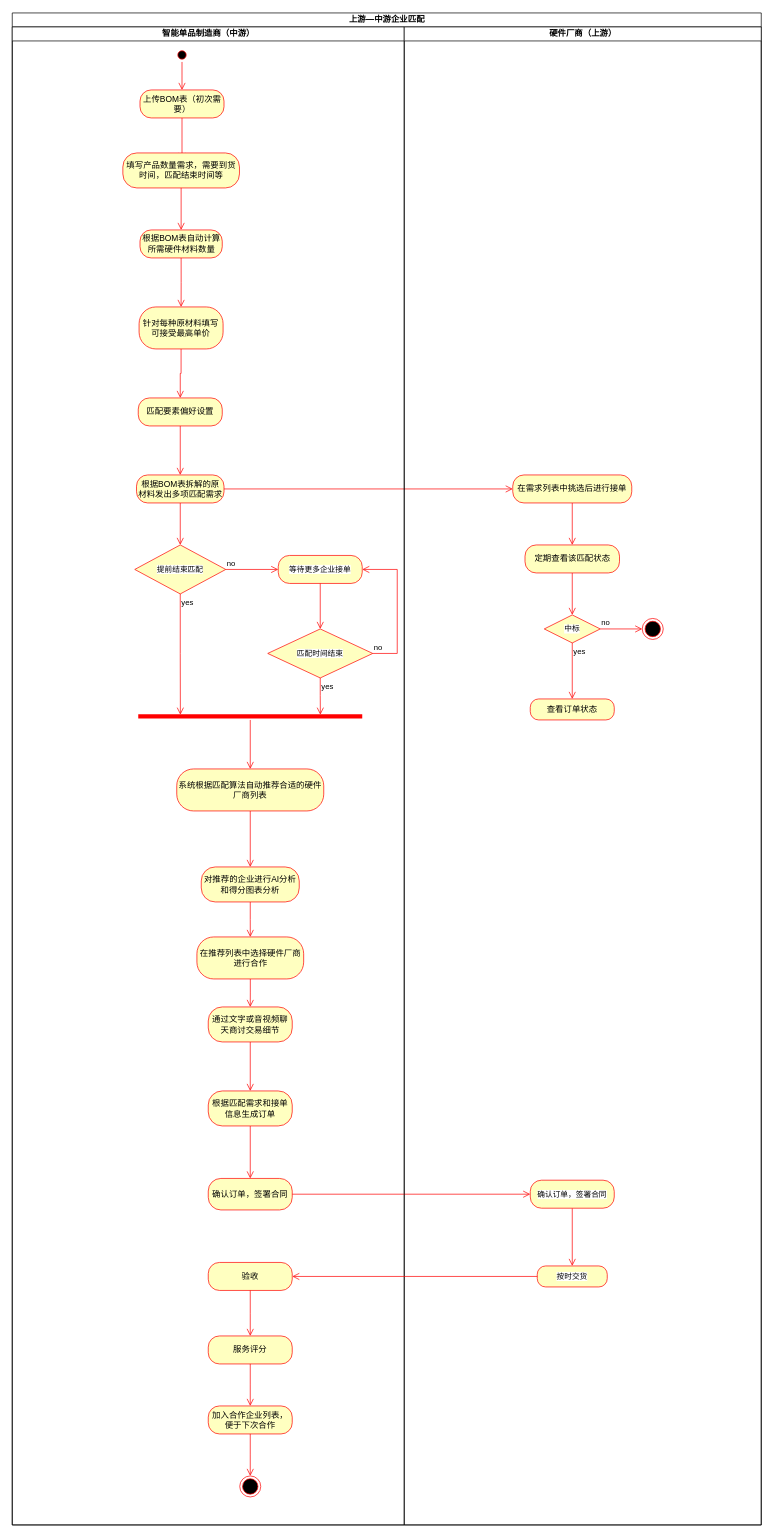
Above: page "中上游智能匹配" (1 of 9) of 毕设/活动图.drawio in 2919282119/charts (draw.io), before the change. Source tidied: cells renumbered, new cells numbered last; positions are measured from the earlier drawing's top-left corner, leaving out a move shared by most shapes. Both pictures are drawn from the tidied source at 70%, with x=0, y=0 at pixel (12, 13).
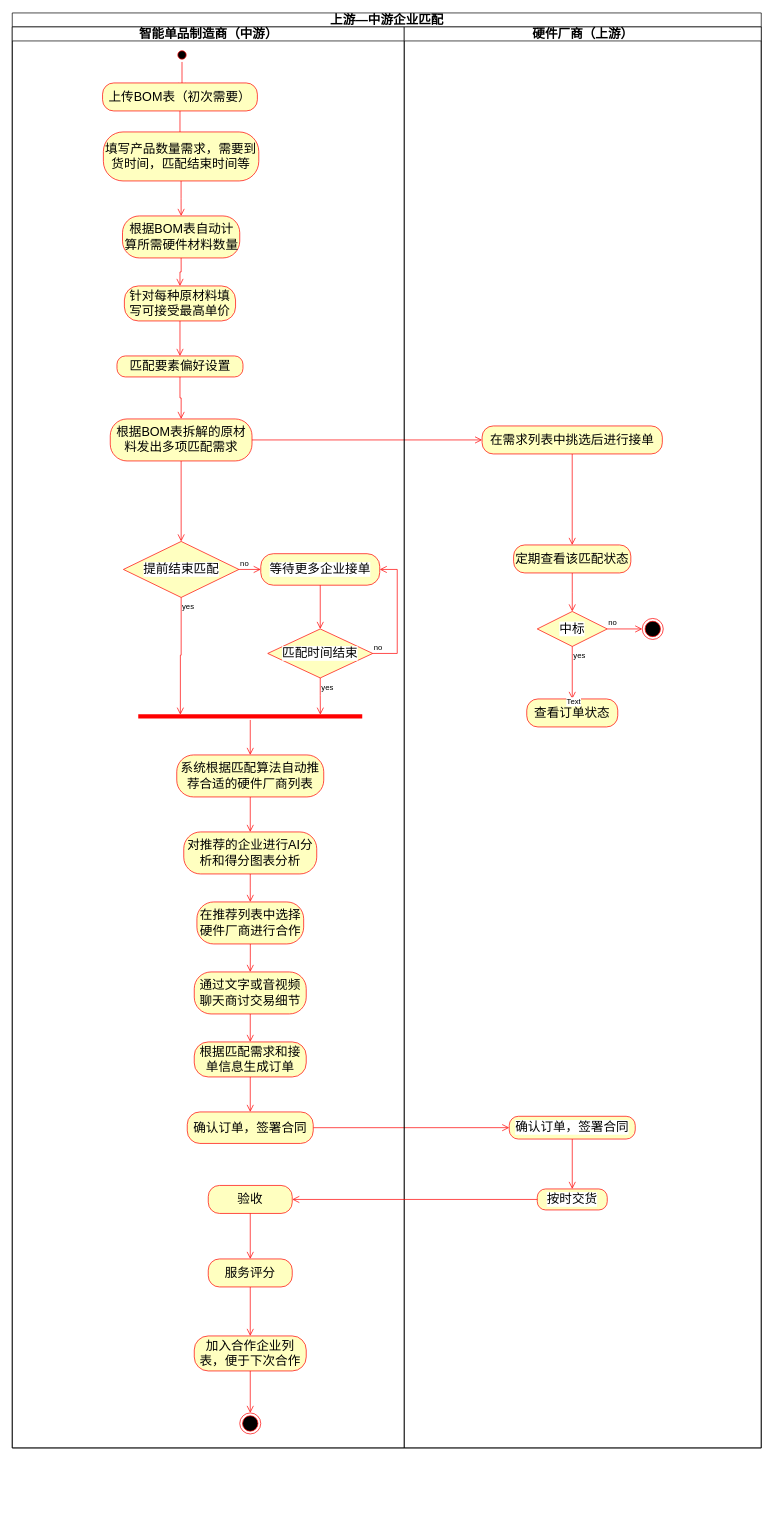
The same diagram, later.

Unchanged cells that the change refers to:
```xml
<mxCell id="58" value="yes" style="edgeStyle=orthogonalEdgeStyle;html=1;align=left;verticalAlign=top;endArrow=open;endSize=8;strokeColor=#ff0000;rounded=0;fontFamily=Helvetica;fontSize=11;fontColor=default;labelBackgroundColor=default;entryX=0.5;entryY=0;entryDx=0;entryDy=0;" parent="48" edge="1" source="56" target="55">
  <mxGeometry x="-1" relative="1" as="geometry" />
</mxCell>
```

The edit, as a diff of the source:
```diff
@@
-    <mxCell id="2" value="上游—中游企业匹配" style="swimlane;startSize=20;html=1;" parent="1" vertex="1">
-      <mxGeometry width="1070" height="2160" as="geometry" />
+    <mxCell id="2" value="&lt;font style=&quot;font-size: 18px;&quot;&gt;上游—中游企业匹配&lt;/font&gt;" style="swimlane;startSize=20;html=1;" parent="1" vertex="1">
+      <mxGeometry width="1070" height="2050" as="geometry" />
     </mxCell>
@@
+    <mxCell id="47" style="edgeStyle=orthogonalEdgeStyle;shape=connector;rounded=0;jettySize=auto;html=1;exitX=1;exitY=0.5;exitDx=0;exitDy=0;strokeColor=#ff0000;align=center;verticalAlign=bottom;fontFamily=Helvetica;fontSize=11;fontColor=default;labelBackgroundColor=default;endArrow=open;endSize=8;entryX=0;entryY=0.5;entryDx=0;entryDy=0;" parent="2" edge="1" source="39" target="54">
+      <mxGeometry relative="1" as="geometry" />
+    </mxCell>
-    <mxCell id="4" value="智能单品制造商（中游）" style="swimlane;startSize=20;html=1;" parent="2" vertex="1">
-      <mxGeometry y="20" width="560" height="2140" as="geometry" />
+    <mxCell id="4" value="&lt;font style=&quot;font-size: 18px;&quot;&gt;智能单品制造商（中游）&lt;/font&gt;" style="swimlane;startSize=20;html=1;" parent="2" vertex="1">
+      <mxGeometry y="20" width="560" height="2030" as="geometry" />
     </mxCell>
@@
-    <mxCell id="7" value="上传BOM表（初次需要）" style="rounded=1;whiteSpace=wrap;html=1;arcSize=40;fontColor=#000000;fillColor=#ffffc0;strokeColor=#ff0000;" parent="4" vertex="1">
-      <mxGeometry x="182.5" y="90" width="120" height="40" as="geometry" />
+    <mxCell id="7" value="&lt;font style=&quot;font-size: 18px;&quot;&gt;上传BOM表（初次需要）&lt;/font&gt;" style="rounded=1;whiteSpace=wrap;html=1;arcSize=40;fontColor=#000000;fillColor=#ffffc0;strokeColor=#ff0000;" parent="4" vertex="1">
+      <mxGeometry x="129" y="80" width="221.2" height="40" as="geometry" />
     </mxCell>
@@
-    <mxCell id="9" value="填写产品数量需求，需要到货时间，匹配结束时间等" style="rounded=1;whiteSpace=wrap;html=1;arcSize=40;fontColor=#000000;fillColor=#ffffc0;strokeColor=#ff0000;" parent="4" vertex="1">
-      <mxGeometry x="158" y="180" width="166.6" height="50" as="geometry" />
+    <mxCell id="9" value="&lt;font style=&quot;font-size: 18px;&quot;&gt;填写产品数量需求，需要到货时间，匹配结束时间等&lt;/font&gt;" style="rounded=1;whiteSpace=wrap;html=1;arcSize=40;fontColor=#000000;fillColor=#ffffc0;strokeColor=#ff0000;" parent="4" vertex="1">
+      <mxGeometry x="130.2" y="150" width="222" height="70" as="geometry" />
     </mxCell>
@@
-    <mxCell id="12" value="根据BOM表拆解的原材料发出多项匹配需求" style="rounded=1;whiteSpace=wrap;html=1;arcSize=40;fontColor=#000000;fillColor=#ffffc0;strokeColor=#ff0000;" parent="4" vertex="1">
-      <mxGeometry x="177.5" y="640" width="125" height="40" as="geometry" />
+    <mxCell id="12" value="&lt;font style=&quot;font-size: 18px;&quot;&gt;根据BOM表拆解的原材料发出多项匹配需求&lt;/font&gt;" style="rounded=1;whiteSpace=wrap;html=1;arcSize=40;fontColor=#000000;fillColor=#ffffc0;strokeColor=#ff0000;" parent="4" vertex="1">
+      <mxGeometry x="140" y="560" width="202.5" height="60" as="geometry" />
     </mxCell>
@@
-    <mxCell id="14" value="系统根据匹配算法自动推荐合适的硬件厂商列表" style="whiteSpace=wrap;html=1;fillColor=#ffffc0;strokeColor=#ff0000;fontColor=#000000;rounded=1;arcSize=40;" parent="4" vertex="1">
-      <mxGeometry x="235" y="1060" width="210" height="60" as="geometry" />
+    <mxCell id="14" value="&lt;font style=&quot;font-size: 18px;&quot;&gt;系统根据匹配算法自动推荐合适的硬件厂商列表&lt;/font&gt;" style="whiteSpace=wrap;html=1;fillColor=#ffffc0;strokeColor=#ff0000;fontColor=#000000;rounded=1;arcSize=40;" parent="4" vertex="1">
+      <mxGeometry x="235" y="1040" width="210" height="60" as="geometry" />
     </mxCell>
-    <mxCell id="15" value="根据BOM表自动计算所需硬件材料数量" style="rounded=1;whiteSpace=wrap;html=1;arcSize=40;fontColor=#000000;fillColor=#ffffc0;strokeColor=#ff0000;" parent="4" vertex="1">
-      <mxGeometry x="182.5" y="290" width="117.5" height="40" as="geometry" />
+    <mxCell id="15" value="&lt;font style=&quot;font-size: 18px;&quot;&gt;根据BOM表自动计算所需硬件材料数量&lt;/font&gt;" style="rounded=1;whiteSpace=wrap;html=1;arcSize=40;fontColor=#000000;fillColor=#ffffc0;strokeColor=#ff0000;" parent="4" vertex="1">
+      <mxGeometry x="157.5" y="270" width="167.5" height="60" as="geometry" />
     </mxCell>
-    <mxCell id="16" value="匹配要素偏好设置" style="rounded=1;whiteSpace=wrap;html=1;arcSize=40;fontColor=#000000;fillColor=#ffffc0;strokeColor=#ff0000;" parent="4" vertex="1">
-      <mxGeometry x="180" y="530" width="120" height="40" as="geometry" />
+    <mxCell id="16" value="&lt;font style=&quot;font-size: 18px;&quot;&gt;匹配要素偏好设置&lt;/font&gt;" style="rounded=1;whiteSpace=wrap;html=1;arcSize=40;fontColor=#000000;fillColor=#ffffc0;strokeColor=#ff0000;" parent="4" vertex="1">
+      <mxGeometry x="149.6" y="470" width="180" height="30" as="geometry" />
     </mxCell>
@@
-    <mxCell id="18" value="针对每种原材料填写可接受最高单价" style="whiteSpace=wrap;html=1;fillColor=#ffffc0;strokeColor=#ff0000;fontColor=#000000;rounded=1;arcSize=40;" parent="4" vertex="1">
-      <mxGeometry x="181.2" y="400" width="120" height="60" as="geometry" />
+    <mxCell id="18" value="&lt;font style=&quot;font-size: 18px;&quot;&gt;针对每种原材料填写可接受最高单价&lt;/font&gt;" style="whiteSpace=wrap;html=1;fillColor=#ffffc0;strokeColor=#ff0000;fontColor=#000000;rounded=1;arcSize=40;" parent="4" vertex="1">
+      <mxGeometry x="160.2" y="370" width="158.8" height="50" as="geometry" />
     </mxCell>
@@
-    <mxCell id="21" value="提前结束匹配" style="rhombus;whiteSpace=wrap;html=1;fontColor=#000000;fillColor=#ffffc0;strokeColor=#ff0000;fontFamily=Helvetica;fontSize=11;labelBackgroundColor=default;" parent="4" vertex="1">
-      <mxGeometry x="175" y="740" width="130" height="70" as="geometry" />
+    <mxCell id="21" value="&lt;font style=&quot;font-size: 18px;&quot;&gt;提前结束匹配&lt;/font&gt;" style="rhombus;whiteSpace=wrap;html=1;fontColor=#000000;fillColor=#ffffc0;strokeColor=#ff0000;fontFamily=Helvetica;fontSize=11;labelBackgroundColor=default;" parent="4" vertex="1">
+      <mxGeometry x="158.8" y="735" width="165" height="80" as="geometry" />
     </mxCell>
@@
-    <mxCell id="24" value="等待更多企业接单" style="rounded=1;whiteSpace=wrap;html=1;arcSize=40;fontColor=#000000;fillColor=#ffffc0;strokeColor=#ff0000;fontFamily=Helvetica;fontSize=11;labelBackgroundColor=default;" parent="4" vertex="1">
-      <mxGeometry x="380" y="755" width="120" height="40" as="geometry" />
+    <mxCell id="24" value="&lt;font style=&quot;font-size: 18px;&quot;&gt;等待更多企业接单&lt;/font&gt;" style="rounded=1;whiteSpace=wrap;html=1;arcSize=40;fontColor=#000000;fillColor=#ffffc0;strokeColor=#ff0000;fontFamily=Helvetica;fontSize=11;labelBackgroundColor=default;" parent="4" vertex="1">
+      <mxGeometry x="355" y="752.5" width="170" height="45" as="geometry" />
     </mxCell>
@@
-    <mxCell id="26" value="匹配时间结束" style="rhombus;whiteSpace=wrap;html=1;fontColor=#000000;fillColor=#ffffc0;strokeColor=#ff0000;fontFamily=Helvetica;fontSize=11;labelBackgroundColor=default;" parent="4" vertex="1">
+    <mxCell id="26" value="&lt;font style=&quot;font-size: 18px;&quot;&gt;匹配时间结束&lt;/font&gt;" style="rhombus;whiteSpace=wrap;html=1;fontColor=#000000;fillColor=#ffffc0;strokeColor=#ff0000;fontFamily=Helvetica;fontSize=11;labelBackgroundColor=default;" parent="4" vertex="1">
       <mxGeometry x="365" y="860" width="150" height="70" as="geometry" />
     </mxCell>
@@
-    <mxCell id="32" value="对推荐的企业进行AI分析和得分图表分析" style="whiteSpace=wrap;html=1;fillColor=#ffffc0;strokeColor=#ff0000;fontColor=#000000;rounded=1;arcSize=40;" parent="4" vertex="1">
-      <mxGeometry x="270" y="1200" width="140" height="50" as="geometry" />
+    <mxCell id="32" value="&lt;font style=&quot;font-size: 18px;&quot;&gt;对推荐的企业进行AI分析和得分图表分析&lt;/font&gt;" style="whiteSpace=wrap;html=1;fillColor=#ffffc0;strokeColor=#ff0000;fontColor=#000000;rounded=1;arcSize=40;" parent="4" vertex="1">
+      <mxGeometry x="245" y="1150" width="190" height="60" as="geometry" />
     </mxCell>
@@
-    <mxCell id="34" value="在推荐列表中选择硬件厂商进行合作" style="rounded=1;whiteSpace=wrap;html=1;arcSize=40;fontColor=#000000;fillColor=#ffffc0;strokeColor=#ff0000;" parent="4" vertex="1">
-      <mxGeometry x="263.8" y="1300" width="152.5" height="60" as="geometry" />
+    <mxCell id="34" value="&lt;font style=&quot;font-size: 18px;&quot;&gt;在推荐列表中选择硬件厂商进行合作&lt;/font&gt;" style="rounded=1;whiteSpace=wrap;html=1;arcSize=40;fontColor=#000000;fillColor=#ffffc0;strokeColor=#ff0000;" parent="4" vertex="1">
+      <mxGeometry x="263.8" y="1250" width="152.5" height="60" as="geometry" />
     </mxCell>
@@
-    <mxCell id="36" value="通过文字或音视频聊天商讨交易细节" style="whiteSpace=wrap;html=1;fillColor=#ffffc0;strokeColor=#ff0000;fontColor=#000000;rounded=1;arcSize=40;" parent="4" vertex="1">
-      <mxGeometry x="280" y="1400" width="120" height="50" as="geometry" />
+    <mxCell id="36" value="&lt;font style=&quot;font-size: 18px;&quot;&gt;通过文字或音视频聊天商讨交易细节&lt;/font&gt;" style="whiteSpace=wrap;html=1;fillColor=#ffffc0;strokeColor=#ff0000;fontColor=#000000;rounded=1;arcSize=40;" parent="4" vertex="1">
+      <mxGeometry x="260" y="1350" width="160" height="60" as="geometry" />
     </mxCell>
@@
-    <mxCell id="38" value="根据匹配需求和接单信息生成订单" style="whiteSpace=wrap;html=1;fillColor=#ffffc0;strokeColor=#ff0000;fontColor=#000000;rounded=1;arcSize=40;" parent="4" vertex="1">
-      <mxGeometry x="280" y="1520" width="120" height="50" as="geometry" />
+    <mxCell id="38" value="&lt;font style=&quot;font-size: 18px;&quot;&gt;根据匹配需求和接单信息生成订单&lt;/font&gt;" style="whiteSpace=wrap;html=1;fillColor=#ffffc0;strokeColor=#ff0000;fontColor=#000000;rounded=1;arcSize=40;" parent="4" vertex="1">
+      <mxGeometry x="260" y="1450" width="160" height="50" as="geometry" />
     </mxCell>
-    <mxCell id="39" value="确认订单，签署合同" style="whiteSpace=wrap;html=1;fillColor=#ffffc0;strokeColor=#ff0000;fontColor=#000000;rounded=1;arcSize=40;" parent="4" vertex="1">
-      <mxGeometry x="280" y="1645" width="120" height="45" as="geometry" />
+    <mxCell id="39" value="&lt;font style=&quot;font-size: 18px;&quot;&gt;确认订单，签署合同&lt;/font&gt;" style="whiteSpace=wrap;html=1;fillColor=#ffffc0;strokeColor=#ff0000;fontColor=#000000;rounded=1;arcSize=40;" parent="4" vertex="1">
+      <mxGeometry x="250" y="1550" width="180" height="45" as="geometry" />
     </mxCell>
-    <mxCell id="40" value="验收" style="rounded=1;whiteSpace=wrap;html=1;arcSize=40;fontColor=#000000;fillColor=#ffffc0;strokeColor=#ff0000;" parent="4" vertex="1">
-      <mxGeometry x="280" y="1765" width="120" height="40" as="geometry" />
+    <mxCell id="40" value="&lt;font style=&quot;font-size: 18px;&quot;&gt;验收&lt;/font&gt;" style="rounded=1;whiteSpace=wrap;html=1;arcSize=40;fontColor=#000000;fillColor=#ffffc0;strokeColor=#ff0000;" parent="4" vertex="1">
+      <mxGeometry x="280" y="1655" width="120" height="40" as="geometry" />
     </mxCell>
-    <mxCell id="41" style="edgeStyle=orthogonalEdgeStyle;html=1;verticalAlign=bottom;endArrow=open;endSize=8;strokeColor=#ff0000;rounded=0;" parent="4" edge="1" source="40">
-      <mxGeometry relative="1" as="geometry">
-        <mxPoint x="340" y="1870" as="targetPoint" />
-      </mxGeometry>
+    <mxCell id="41" style="edgeStyle=orthogonalEdgeStyle;html=1;verticalAlign=bottom;endArrow=open;endSize=8;strokeColor=#ff0000;rounded=0;entryX=0.5;entryY=0;entryDx=0;entryDy=0;" parent="4" edge="1" source="40" target="42">
+      <mxGeometry relative="1" as="geometry" />
     </mxCell>
+    <mxCell id="62" style="edgeStyle=orthogonalEdgeStyle;shape=connector;rounded=0;jettySize=auto;html=1;exitX=0.5;exitY=1;exitDx=0;exitDy=0;entryX=0.5;entryY=0;entryDx=0;entryDy=0;strokeColor=#ff0000;align=center;verticalAlign=bottom;fontFamily=Helvetica;fontSize=11;fontColor=default;labelBackgroundColor=default;endArrow=open;endSize=8;" parent="4" edge="1" source="42" target="44">
+      <mxGeometry relative="1" as="geometry" />
+    </mxCell>
-    <mxCell id="42" value="服务评分" style="rounded=1;whiteSpace=wrap;html=1;arcSize=40;fontColor=#000000;fillColor=#ffffc0;strokeColor=#ff0000;" parent="4" vertex="1">
-      <mxGeometry x="280" y="1870" width="120" height="40" as="geometry" />
+    <mxCell id="42" value="&lt;font style=&quot;font-size: 18px;&quot;&gt;服务评分&lt;/font&gt;" style="rounded=1;whiteSpace=wrap;html=1;arcSize=40;fontColor=#000000;fillColor=#ffffc0;strokeColor=#ff0000;" parent="4" vertex="1">
+      <mxGeometry x="280" y="1760" width="120" height="40" as="geometry" />
     </mxCell>
-    <mxCell id="43" style="edgeStyle=orthogonalEdgeStyle;html=1;verticalAlign=bottom;endArrow=open;endSize=8;strokeColor=#ff0000;rounded=0;" parent="4" edge="1" source="42">
-      <mxGeometry relative="1" as="geometry">
-        <mxPoint x="340" y="1970" as="targetPoint" />
-      </mxGeometry>
-    </mxCell>
-    <mxCell id="44" value="加入合作企业列表，便于下次合作" style="rounded=1;whiteSpace=wrap;html=1;arcSize=40;fontColor=#000000;fillColor=#ffffc0;strokeColor=#ff0000;" parent="4" vertex="1">
-      <mxGeometry x="280" y="1970" width="120" height="40" as="geometry" />
+    <mxCell id="44" value="&lt;font style=&quot;font-size: 18px;&quot;&gt;加入合作企业列表，便于下次合作&lt;/font&gt;" style="rounded=1;whiteSpace=wrap;html=1;arcSize=40;fontColor=#000000;fillColor=#ffffc0;strokeColor=#ff0000;" parent="4" vertex="1">
+      <mxGeometry x="260" y="1870" width="160" height="50" as="geometry" />
     </mxCell>
-    <mxCell id="45" style="edgeStyle=orthogonalEdgeStyle;html=1;verticalAlign=bottom;endArrow=open;endSize=8;strokeColor=#ff0000;rounded=0;" parent="4" edge="1" source="44">
-      <mxGeometry relative="1" as="geometry">
-        <mxPoint x="340" y="2070" as="targetPoint" />
-      </mxGeometry>
+    <mxCell id="45" style="edgeStyle=orthogonalEdgeStyle;html=1;verticalAlign=bottom;endArrow=open;endSize=8;strokeColor=#ff0000;rounded=0;entryX=0.5;entryY=0;entryDx=0;entryDy=0;" parent="4" edge="1" source="44" target="46">
+      <mxGeometry relative="1" as="geometry" />
     </mxCell>
     <mxCell id="46" style="ellipse;html=1;shape=endState;fillColor=#000000;strokeColor=#ff0000;" parent="4" vertex="1">
-      <mxGeometry x="325" y="2070" width="30" height="30" as="geometry" />
+      <mxGeometry x="325" y="1980" width="30" height="30" as="geometry" />
     </mxCell>
-    <mxCell id="47" style="edgeStyle=orthogonalEdgeStyle;shape=connector;rounded=0;jettySize=auto;html=1;exitX=1;exitY=0.5;exitDx=0;exitDy=0;strokeColor=#ff0000;align=center;verticalAlign=bottom;fontFamily=Helvetica;fontSize=11;fontColor=default;labelBackgroundColor=default;endArrow=open;endSize=8;entryX=0;entryY=0.5;entryDx=0;entryDy=0;" parent="2" edge="1" source="39" target="54">
-      <mxGeometry relative="1" as="geometry" />
-    </mxCell>
-    <mxCell id="48" value="硬件厂商（上游）" style="swimlane;startSize=20;html=1;" parent="2" vertex="1">
-      <mxGeometry x="560" y="20" width="510" height="2140" as="geometry" />
+    <mxCell id="48" value="&lt;font style=&quot;font-size: 18px;&quot;&gt;硬件厂商（上游）&lt;/font&gt;" style="swimlane;startSize=20;html=1;" parent="2" vertex="1">
+      <mxGeometry x="560" y="20" width="510" height="2030" as="geometry" />
     </mxCell>
@@
-    <mxCell id="50" value="在需求列表中挑选后进行接单" style="whiteSpace=wrap;html=1;fillColor=#ffffc0;strokeColor=#ff0000;fontColor=#000000;rounded=1;arcSize=40;" parent="48" vertex="1">
-      <mxGeometry x="155" y="640" width="170" height="40" as="geometry" />
+    <mxCell id="50" value="&lt;font style=&quot;font-size: 18px;&quot;&gt;在需求列表中挑选后进行接单&lt;/font&gt;" style="whiteSpace=wrap;html=1;fillColor=#ffffc0;strokeColor=#ff0000;fontColor=#000000;rounded=1;arcSize=40;" parent="48" vertex="1">
+      <mxGeometry x="111.2" y="570" width="257.5" height="40" as="geometry" />
     </mxCell>
@@
-    <mxCell id="52" value="定期查看该匹配状态" style="whiteSpace=wrap;html=1;fillColor=#ffffc0;strokeColor=#ff0000;fontColor=#000000;rounded=1;arcSize=40;" parent="48" vertex="1">
-      <mxGeometry x="172.5" y="740" width="135" height="40" as="geometry" />
+    <mxCell id="52" value="&lt;font style=&quot;font-size: 18px;&quot;&gt;定期查看该匹配状态&lt;/font&gt;" style="whiteSpace=wrap;html=1;fillColor=#ffffc0;strokeColor=#ff0000;fontColor=#000000;rounded=1;arcSize=40;" parent="48" vertex="1">
+      <mxGeometry x="156.2" y="740" width="167.5" height="40" as="geometry" />
     </mxCell>
@@
-    <mxCell id="54" value="确认订单，签署合同" style="rounded=1;whiteSpace=wrap;html=1;arcSize=40;fontColor=#000000;fillColor=#ffffc0;strokeColor=#ff0000;fontFamily=Helvetica;fontSize=11;labelBackgroundColor=default;" parent="48" vertex="1">
-      <mxGeometry x="180" y="1647.5" width="120" height="40" as="geometry" />
+    <mxCell id="54" value="&lt;font style=&quot;font-size: 18px;&quot;&gt;确认订单，签署合同&lt;/font&gt;" style="rounded=1;whiteSpace=wrap;html=1;arcSize=40;fontColor=#000000;fillColor=#ffffc0;strokeColor=#ff0000;fontFamily=Helvetica;fontSize=11;labelBackgroundColor=default;" parent="48" vertex="1">
+      <mxGeometry x="150" y="1556.2" width="180" height="32.5" as="geometry" />
     </mxCell>
-    <mxCell id="55" value="查看订单状态" style="whiteSpace=wrap;html=1;fillColor=#ffffc0;strokeColor=#ff0000;fontColor=#000000;rounded=1;arcSize=40;" parent="48" vertex="1">
-      <mxGeometry x="180" y="960" width="120" height="30" as="geometry" />
+    <mxCell id="55" value="&lt;font style=&quot;font-size: 18px;&quot;&gt;查看订单状态&lt;/font&gt;" style="whiteSpace=wrap;html=1;fillColor=#ffffc0;strokeColor=#ff0000;fontColor=#000000;rounded=1;arcSize=40;" parent="48" vertex="1">
+      <mxGeometry x="175" y="960" width="130" height="40" as="geometry" />
     </mxCell>
-    <mxCell id="56" value="中标" style="rhombus;whiteSpace=wrap;html=1;fontColor=#000000;fillColor=#ffffc0;strokeColor=#ff0000;fontFamily=Helvetica;fontSize=11;labelBackgroundColor=default;" parent="48" vertex="1">
-      <mxGeometry x="200" y="840" width="80" height="40" as="geometry" />
+    <mxCell id="56" value="&lt;font style=&quot;font-size: 18px;&quot;&gt;中标&lt;/font&gt;" style="rhombus;whiteSpace=wrap;html=1;fontColor=#000000;fillColor=#ffffc0;strokeColor=#ff0000;fontFamily=Helvetica;fontSize=11;labelBackgroundColor=default;" parent="48" vertex="1">
+      <mxGeometry x="190" y="835" width="100" height="50" as="geometry" />
     </mxCell>
@@
+    <mxCell id="63" value="Text" style="edgeLabel;html=1;align=center;verticalAlign=middle;" parent="58" vertex="1">
+      <mxGeometry x="1" y="3" relative="1" as="geometry">
+        <mxPoint x="-2" y="3" as="offset" />
+      </mxGeometry>
+    </mxCell>
@@
-    <mxCell id="60" value="按时交货" style="whiteSpace=wrap;html=1;fontSize=11;fillColor=#ffffc0;strokeColor=#ff0000;fontColor=#000000;rounded=1;arcSize=40;labelBackgroundColor=default;" parent="48" vertex="1">
-      <mxGeometry x="190" y="1770" width="100" height="30" as="geometry" />
+    <mxCell id="60" value="&lt;font style=&quot;font-size: 18px;&quot;&gt;按时交货&lt;/font&gt;" style="whiteSpace=wrap;html=1;fontSize=11;fillColor=#ffffc0;strokeColor=#ff0000;fontColor=#000000;rounded=1;arcSize=40;labelBackgroundColor=default;" parent="48" vertex="1">
+      <mxGeometry x="190" y="1660" width="100" height="30" as="geometry" />
     </mxCell>
```
